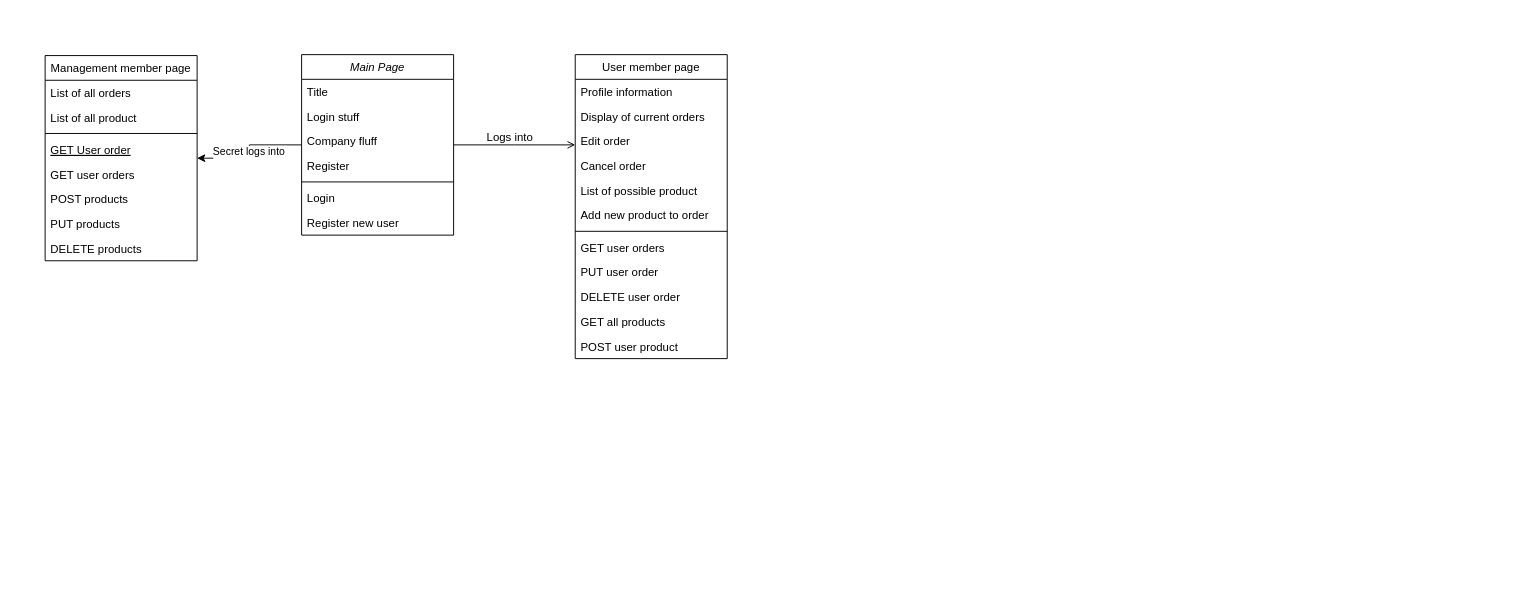
Earlier version of the draw.io diagram Draft flow diagram.drawio (Haibo93/Cloud_Computing). Source tidied: cells renumbered, new cells numbered last; positions are measured from the earlier drawing's top-left corner, leaving out a move shared by most shapes. Both pictures are drawn from the tidied source at 95%, with x=0, y=0 at pixel (45, 54).
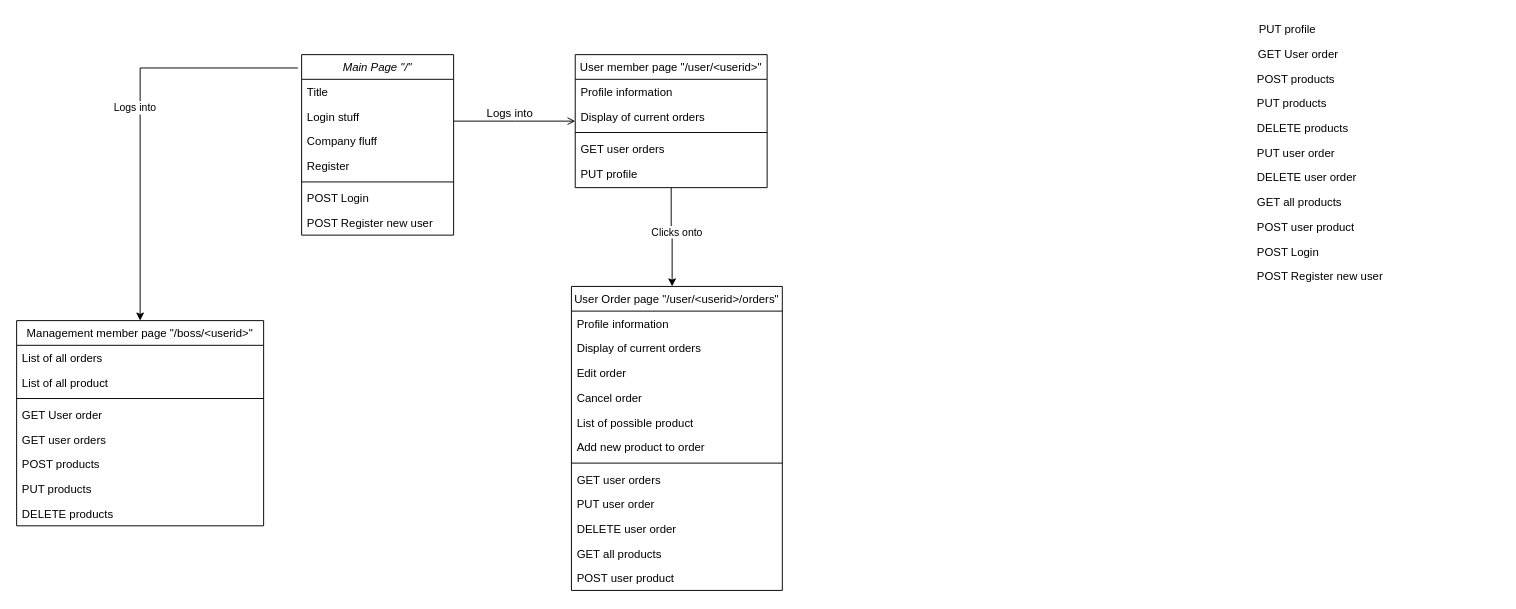
After the change.

Diff of the diagram source:
```diff
@@
-    <mxCell id="2" value="Main Page" style="swimlane;fontStyle=2;align=center;verticalAlign=top;horizontal=1;startSize=26;rounded=0;shadow=0;strokeWidth=1;" parent="1" vertex="1">
+    <mxCell id="2" value="Main Page &quot;/&quot;" style="swimlane;fontStyle=2;align=center;verticalAlign=top;horizontal=1;startSize=26;rounded=0;shadow=0;strokeWidth=1;" parent="1" vertex="1">
       <mxGeometry x="270" width="160" height="190" as="geometry" />
     </mxCell>
@@
-    <mxCell id="8" value="Login" style="text;align=left;verticalAlign=top;spacingLeft=4;spacingRight=4;overflow=hidden;" parent="2" vertex="1">
+    <mxCell id="8" value="POST Login" style="text;align=left;verticalAlign=top;spacingLeft=4;spacingRight=4;overflow=hidden;" parent="2" vertex="1">
       <mxGeometry y="138" width="160" height="26" as="geometry" />
     </mxCell>
-    <mxCell id="9" value="Register new user" style="text;align=left;verticalAlign=top;spacingLeft=4;spacingRight=4;overflow=hidden;" parent="2" vertex="1">
+    <mxCell id="9" value="POST Register new user" style="text;align=left;verticalAlign=top;spacingLeft=4;spacingRight=4;overflow=hidden;" parent="2" vertex="1">
       <mxGeometry y="164" width="160" height="26" as="geometry" />
     </mxCell>
-    <mxCell id="10" value="Management member page" style="swimlane;fontStyle=0;align=center;verticalAlign=top;horizontal=1;startSize=26;rounded=0;shadow=0;strokeWidth=1;" parent="1" vertex="1">
-      <mxGeometry y="1" width="160" height="216" as="geometry" />
+    <mxCell id="10" value="Management member page &quot;/boss/&lt;userid&gt;&quot;" style="swimlane;fontStyle=0;align=center;verticalAlign=top;horizontal=1;startSize=26;rounded=0;shadow=0;strokeWidth=1;" parent="1" vertex="1">
+      <mxGeometry x="-30" y="280" width="260" height="216" as="geometry" />
     </mxCell>
     <mxCell id="11" value="List of all orders" style="text;align=left;verticalAlign=top;spacingLeft=4;spacingRight=4;overflow=hidden;" parent="10" vertex="1">
-      <mxGeometry y="26" width="160" height="26" as="geometry" />
+      <mxGeometry y="26" width="260" height="26" as="geometry" />
     </mxCell>
     <mxCell id="12" value="List of all product" style="text;align=left;verticalAlign=top;spacingLeft=4;spacingRight=4;overflow=hidden;rounded=0;shadow=0;html=0;" parent="10" vertex="1">
-      <mxGeometry y="52" width="160" height="26" as="geometry" />
+      <mxGeometry y="52" width="260" height="26" as="geometry" />
     </mxCell>
     <mxCell id="13" style="line;html=1;strokeWidth=1;align=left;verticalAlign=middle;spacingTop=-1;spacingLeft=3;spacingRight=3;labelPosition=right;" parent="10" vertex="1">
-      <mxGeometry y="78" width="160" height="8" as="geometry" />
+      <mxGeometry y="78" width="260" height="8" as="geometry" />
     </mxCell>
-    <mxCell id="14" value="GET User order" style="text;align=left;verticalAlign=top;spacingLeft=4;spacingRight=4;overflow=hidden;fontStyle=4;" parent="10" vertex="1">
-      <mxGeometry y="86" width="160" height="26" as="geometry" />
+    <mxCell id="14" value="GET User order" style="text;align=left;verticalAlign=top;spacingLeft=4;spacingRight=4;overflow=hidden;fontStyle=0;" parent="10" vertex="1">
+      <mxGeometry y="86" width="260" height="26" as="geometry" />
     </mxCell>
     <mxCell id="15" value="GET user orders" style="text;align=left;verticalAlign=top;spacingLeft=4;spacingRight=4;overflow=hidden;" parent="10" vertex="1">
-      <mxGeometry y="112" width="160" height="26" as="geometry" />
+      <mxGeometry y="112" width="260" height="26" as="geometry" />
     </mxCell>
     <mxCell id="16" value="POST products" style="text;align=left;verticalAlign=top;spacingLeft=4;spacingRight=4;overflow=hidden;" parent="10" vertex="1">
-      <mxGeometry y="138" width="160" height="26" as="geometry" />
+      <mxGeometry y="138" width="260" height="26" as="geometry" />
     </mxCell>
     <mxCell id="17" value="PUT products" style="text;align=left;verticalAlign=top;spacingLeft=4;spacingRight=4;overflow=hidden;" parent="10" vertex="1">
-      <mxGeometry y="164" width="160" height="26" as="geometry" />
+      <mxGeometry y="164" width="260" height="26" as="geometry" />
     </mxCell>
     <mxCell id="18" value="DELETE products" style="text;align=left;verticalAlign=top;spacingLeft=4;spacingRight=4;overflow=hidden;" parent="10" vertex="1">
-      <mxGeometry y="190" width="160" height="26" as="geometry" />
+      <mxGeometry y="190" width="260" height="26" as="geometry" />
     </mxCell>
-    <mxCell id="19" value="Secret logs into" style="endArrow=none;endSize=10;endFill=0;shadow=0;strokeWidth=1;rounded=0;edgeStyle=elbowEdgeStyle;elbow=horizontal;startArrow=classic;startFill=1;" parent="1" edge="1" source="10" target="2">
-      <mxGeometry relative="1" as="geometry" />
+    <mxCell id="19" value="Logs into" style="endArrow=none;endSize=10;endFill=0;shadow=0;strokeWidth=1;rounded=0;edgeStyle=elbowEdgeStyle;elbow=horizontal;startArrow=classic;startFill=1;exitX=0.5;exitY=0;exitDx=0;exitDy=0;entryX=-0.025;entryY=0.074;entryDx=0;entryDy=0;entryPerimeter=0;" parent="1" edge="1" source="10" target="2">
+      <mxGeometry x="0.04" y="5" relative="1" as="geometry">
+        <Array as="points">
+          <mxPoint x="100" y="190" />
+        </Array>
+      </mxGeometry>
     </mxCell>
+    <mxCell id="35" style="edgeStyle=orthogonalEdgeStyle;rounded=0;jettySize=auto;html=1;startArrow=none;startFill=0;endArrow=classic;endFill=1;" parent="1" edge="1" source="20" target="37">
+      <mxGeometry relative="1" as="geometry">
+        <Array as="points">
+          <mxPoint x="659" y="192" />
+          <mxPoint x="660" y="192" />
+        </Array>
+      </mxGeometry>
+    </mxCell>
+    <mxCell id="36" value="Clicks onto" style="edgeLabel;html=1;align=center;verticalAlign=middle;" parent="35" vertex="1">
+      <mxGeometry x="-0.12" y="5" relative="1" as="geometry" />
+    </mxCell>
-    <mxCell id="20" value="User member page" style="swimlane;fontStyle=0;align=center;verticalAlign=top;horizontal=1;startSize=26;rounded=0;shadow=0;strokeWidth=1;" parent="1" vertex="1">
-      <mxGeometry x="558" width="160" height="320" as="geometry" />
+    <mxCell id="20" value="User member page &quot;/user/&lt;userid&gt;&quot;" style="swimlane;fontStyle=0;align=center;verticalAlign=top;horizontal=1;startSize=26;rounded=0;shadow=0;strokeWidth=1;" parent="1" vertex="1">
+      <mxGeometry x="558" width="202" height="140" as="geometry" />
     </mxCell>
     <mxCell id="21" value="Profile information" style="text;align=left;verticalAlign=top;spacingLeft=4;spacingRight=4;overflow=hidden;" parent="20" vertex="1">
-      <mxGeometry y="26" width="160" height="26" as="geometry" />
+      <mxGeometry y="26" width="202" height="26" as="geometry" />
     </mxCell>
     <mxCell id="22" value="Display of current orders" style="text;align=left;verticalAlign=top;spacingLeft=4;spacingRight=4;overflow=hidden;rounded=0;shadow=0;html=0;" parent="20" vertex="1">
-      <mxGeometry y="52" width="160" height="26" as="geometry" />
+      <mxGeometry y="52" width="202" height="26" as="geometry" />
     </mxCell>
+    <mxCell id="27" style="line;html=1;strokeWidth=1;align=left;verticalAlign=middle;spacingTop=-1;spacingLeft=3;spacingRight=3;labelPosition=right;" parent="20" vertex="1">
+      <mxGeometry y="78" width="202" height="8" as="geometry" />
+    </mxCell>
+    <mxCell id="28" value="GET user orders" style="text;align=left;verticalAlign=top;spacingLeft=4;spacingRight=4;overflow=hidden;" parent="20" vertex="1">
+      <mxGeometry y="86" width="202" height="26" as="geometry" />
+    </mxCell>
+    <mxCell id="29" value="PUT profile" style="text;align=left;verticalAlign=top;spacingLeft=4;spacingRight=4;overflow=hidden;" parent="20" vertex="1">
+      <mxGeometry y="112" width="202" height="26" as="geometry" />
+    </mxCell>
+    <mxCell id="33" style="endArrow=open;shadow=0;strokeWidth=1;rounded=0;endFill=1;edgeStyle=elbowEdgeStyle;elbow=vertical;" parent="1" edge="1" source="2" target="20">
+      <mxGeometry x="0.5" y="41" relative="1" as="geometry">
+        <mxPoint x="-40" y="32" as="offset" />
+      </mxGeometry>
+    </mxCell>
+    <mxCell id="34" value="Logs into" style="text;html=1;align=center;verticalAlign=middle;labelBackgroundColor=none;rounded=0;shadow=0;strokeWidth=1;fontSize=12;" parent="33" vertex="1">
+      <mxGeometry x="0.5" y="49" relative="1" as="geometry">
+        <mxPoint x="-38" y="40" as="offset" />
+      </mxGeometry>
+    </mxCell>
+    <mxCell id="37" value="User Order page &quot;/user/&lt;userid&gt;/orders&quot;" style="swimlane;fontStyle=0;align=center;verticalAlign=top;horizontal=1;startSize=26;rounded=0;shadow=0;strokeWidth=1;" parent="1" vertex="1">
+      <mxGeometry x="554" y="244" width="222" height="320" as="geometry" />
+    </mxCell>
+    <mxCell id="38" value="Profile information" style="text;align=left;verticalAlign=top;spacingLeft=4;spacingRight=4;overflow=hidden;" parent="37" vertex="1">
+      <mxGeometry y="26" width="222" height="26" as="geometry" />
+    </mxCell>
+    <mxCell id="39" value="Display of current orders" style="text;align=left;verticalAlign=top;spacingLeft=4;spacingRight=4;overflow=hidden;rounded=0;shadow=0;html=0;" parent="37" vertex="1">
+      <mxGeometry y="52" width="222" height="26" as="geometry" />
+    </mxCell>
-    <mxCell id="23" value="Edit order" style="text;align=left;verticalAlign=top;spacingLeft=4;spacingRight=4;overflow=hidden;rounded=0;shadow=0;html=0;" parent="20" vertex="1">
-      <mxGeometry y="78" width="160" height="26" as="geometry" />
+    <mxCell id="23" value="Edit order" style="text;align=left;verticalAlign=top;spacingLeft=4;spacingRight=4;overflow=hidden;rounded=0;shadow=0;html=0;" parent="37" vertex="1">
+      <mxGeometry y="78" width="222" height="26" as="geometry" />
     </mxCell>
-    <mxCell id="24" value="Cancel order" style="text;align=left;verticalAlign=top;spacingLeft=4;spacingRight=4;overflow=hidden;rounded=0;shadow=0;html=0;" parent="20" vertex="1">
-      <mxGeometry y="104" width="160" height="26" as="geometry" />
+    <mxCell id="24" value="Cancel order" style="text;align=left;verticalAlign=top;spacingLeft=4;spacingRight=4;overflow=hidden;rounded=0;shadow=0;html=0;" parent="37" vertex="1">
+      <mxGeometry y="104" width="222" height="26" as="geometry" />
     </mxCell>
-    <mxCell id="25" value="List of possible product" style="text;align=left;verticalAlign=top;spacingLeft=4;spacingRight=4;overflow=hidden;rounded=0;shadow=0;html=0;" parent="20" vertex="1">
-      <mxGeometry y="130" width="160" height="26" as="geometry" />
+    <mxCell id="25" value="List of possible product" style="text;align=left;verticalAlign=top;spacingLeft=4;spacingRight=4;overflow=hidden;rounded=0;shadow=0;html=0;" parent="37" vertex="1">
+      <mxGeometry y="130" width="222" height="26" as="geometry" />
     </mxCell>
-    <mxCell id="26" value="Add new product to order" style="text;align=left;verticalAlign=top;spacingLeft=4;spacingRight=4;overflow=hidden;rounded=0;shadow=0;html=0;" parent="20" vertex="1">
-      <mxGeometry y="156" width="160" height="26" as="geometry" />
+    <mxCell id="26" value="Add new product to order" style="text;align=left;verticalAlign=top;spacingLeft=4;spacingRight=4;overflow=hidden;rounded=0;shadow=0;html=0;" parent="37" vertex="1">
+      <mxGeometry y="156" width="222" height="26" as="geometry" />
     </mxCell>
-    <mxCell id="27" style="line;html=1;strokeWidth=1;align=left;verticalAlign=middle;spacingTop=-1;spacingLeft=3;spacingRight=3;labelPosition=right;" parent="20" vertex="1">
-      <mxGeometry y="182" width="160" height="8" as="geometry" />
-    </mxCell>
-    <mxCell id="28" value="GET user orders" style="text;align=left;verticalAlign=top;spacingLeft=4;spacingRight=4;overflow=hidden;" parent="20" vertex="1">
-      <mxGeometry y="190" width="160" height="26" as="geometry" />
-    </mxCell>
-    <mxCell id="29" value="PUT user order" style="text;align=left;verticalAlign=top;spacingLeft=4;spacingRight=4;overflow=hidden;" parent="20" vertex="1">
-      <mxGeometry y="216" width="160" height="26" as="geometry" />
-    </mxCell>
-    <mxCell id="30" value="DELETE user order" style="text;align=left;verticalAlign=top;spacingLeft=4;spacingRight=4;overflow=hidden;" parent="20" vertex="1">
-      <mxGeometry y="242" width="160" height="26" as="geometry" />
-    </mxCell>
-    <mxCell id="31" value="GET all products" style="text;align=left;verticalAlign=top;spacingLeft=4;spacingRight=4;overflow=hidden;" parent="20" vertex="1">
-      <mxGeometry y="268" width="160" height="26" as="geometry" />
-    </mxCell>
-    <mxCell id="32" value="POST user product" style="text;align=left;verticalAlign=top;spacingLeft=4;spacingRight=4;overflow=hidden;" parent="20" vertex="1">
-      <mxGeometry y="294" width="160" height="26" as="geometry" />
-    </mxCell>
-    <mxCell id="33" style="endArrow=open;shadow=0;strokeWidth=1;rounded=0;endFill=1;edgeStyle=elbowEdgeStyle;elbow=vertical;" parent="1" edge="1" source="2" target="20">
-      <mxGeometry x="0.5" y="41" relative="1" as="geometry">
-        <mxPoint x="-40" y="32" as="offset" />
-      </mxGeometry>
-    </mxCell>
-    <mxCell id="34" value="Logs into" style="text;html=1;align=center;verticalAlign=middle;labelBackgroundColor=none;rounded=0;shadow=0;strokeWidth=1;fontSize=12;" parent="33" vertex="1">
-      <mxGeometry x="0.5" y="49" relative="1" as="geometry">
-        <mxPoint x="-38" y="40" as="offset" />
-      </mxGeometry>
-    </mxCell>
+    <mxCell id="40" style="line;html=1;strokeWidth=1;align=left;verticalAlign=middle;spacingTop=-1;spacingLeft=3;spacingRight=3;labelPosition=right;" parent="37" vertex="1">
+      <mxGeometry y="182" width="222" height="8" as="geometry" />
+    </mxCell>
+    <mxCell id="41" value="GET user orders" style="text;align=left;verticalAlign=top;spacingLeft=4;spacingRight=4;overflow=hidden;" parent="37" vertex="1">
+      <mxGeometry y="190" width="222" height="26" as="geometry" />
+    </mxCell>
+    <mxCell id="42" value="PUT user order" style="text;align=left;verticalAlign=top;spacingLeft=4;spacingRight=4;overflow=hidden;" parent="37" vertex="1">
+      <mxGeometry y="216" width="222" height="26" as="geometry" />
+    </mxCell>
+    <mxCell id="43" value="DELETE user order" style="text;align=left;verticalAlign=top;spacingLeft=4;spacingRight=4;overflow=hidden;" parent="37" vertex="1">
+      <mxGeometry y="242" width="222" height="26" as="geometry" />
+    </mxCell>
+    <mxCell id="44" value="GET all products" style="text;align=left;verticalAlign=top;spacingLeft=4;spacingRight=4;overflow=hidden;" parent="37" vertex="1">
+      <mxGeometry y="268" width="222" height="26" as="geometry" />
+    </mxCell>
+    <mxCell id="45" value="POST user product" style="text;align=left;verticalAlign=top;spacingLeft=4;spacingRight=4;overflow=hidden;" parent="37" vertex="1">
+      <mxGeometry y="294" width="222" height="26" as="geometry" />
+    </mxCell>
+    <mxCell id="46" value="POST Login" style="text;align=left;verticalAlign=top;spacingLeft=4;spacingRight=4;overflow=hidden;" parent="1" vertex="1">
+      <mxGeometry x="1270" y="194" width="160" height="26" as="geometry" />
+    </mxCell>
+    <mxCell id="47" value="POST Register new user" style="text;align=left;verticalAlign=top;spacingLeft=4;spacingRight=4;overflow=hidden;" parent="1" vertex="1">
+      <mxGeometry x="1270" y="220" width="160" height="26" as="geometry" />
+    </mxCell>
+    <mxCell id="48" value="GET User order" style="text;align=left;verticalAlign=top;spacingLeft=4;spacingRight=4;overflow=hidden;fontStyle=0;" parent="1" vertex="1">
+      <mxGeometry x="1271" y="-14" width="260" height="26" as="geometry" />
+    </mxCell>
+    <mxCell id="49" value="POST products" style="text;align=left;verticalAlign=top;spacingLeft=4;spacingRight=4;overflow=hidden;" parent="1" vertex="1">
+      <mxGeometry x="1270" y="12" width="230" height="26" as="geometry" />
+    </mxCell>
+    <mxCell id="50" value="PUT products" style="text;align=left;verticalAlign=top;spacingLeft=4;spacingRight=4;overflow=hidden;" parent="1" vertex="1">
+      <mxGeometry x="1270" y="38" width="260" height="26" as="geometry" />
+    </mxCell>
+    <mxCell id="51" value="DELETE products" style="text;align=left;verticalAlign=top;spacingLeft=4;spacingRight=4;overflow=hidden;" parent="1" vertex="1">
+      <mxGeometry x="1270" y="64" width="260" height="26" as="geometry" />
+    </mxCell>
+    <mxCell id="52" value="PUT profile" style="text;align=left;verticalAlign=top;spacingLeft=4;spacingRight=4;overflow=hidden;" parent="1" vertex="1">
+      <mxGeometry x="1272" y="-40" width="198" height="26" as="geometry" />
+    </mxCell>
+    <mxCell id="53" value="PUT user order" style="text;align=left;verticalAlign=top;spacingLeft=4;spacingRight=4;overflow=hidden;" parent="1" vertex="1">
+      <mxGeometry x="1270" y="90" width="222" height="26" as="geometry" />
+    </mxCell>
+    <mxCell id="54" value="DELETE user order" style="text;align=left;verticalAlign=top;spacingLeft=4;spacingRight=4;overflow=hidden;" parent="1" vertex="1">
+      <mxGeometry x="1270" y="116" width="222" height="26" as="geometry" />
+    </mxCell>
+    <mxCell id="55" value="GET all products" style="text;align=left;verticalAlign=top;spacingLeft=4;spacingRight=4;overflow=hidden;" parent="1" vertex="1">
+      <mxGeometry x="1270" y="142" width="222" height="26" as="geometry" />
+    </mxCell>
+    <mxCell id="56" value="POST user product" style="text;align=left;verticalAlign=top;spacingLeft=4;spacingRight=4;overflow=hidden;" parent="1" vertex="1">
+      <mxGeometry x="1270" y="168" width="222" height="26" as="geometry" />
+    </mxCell>
```
